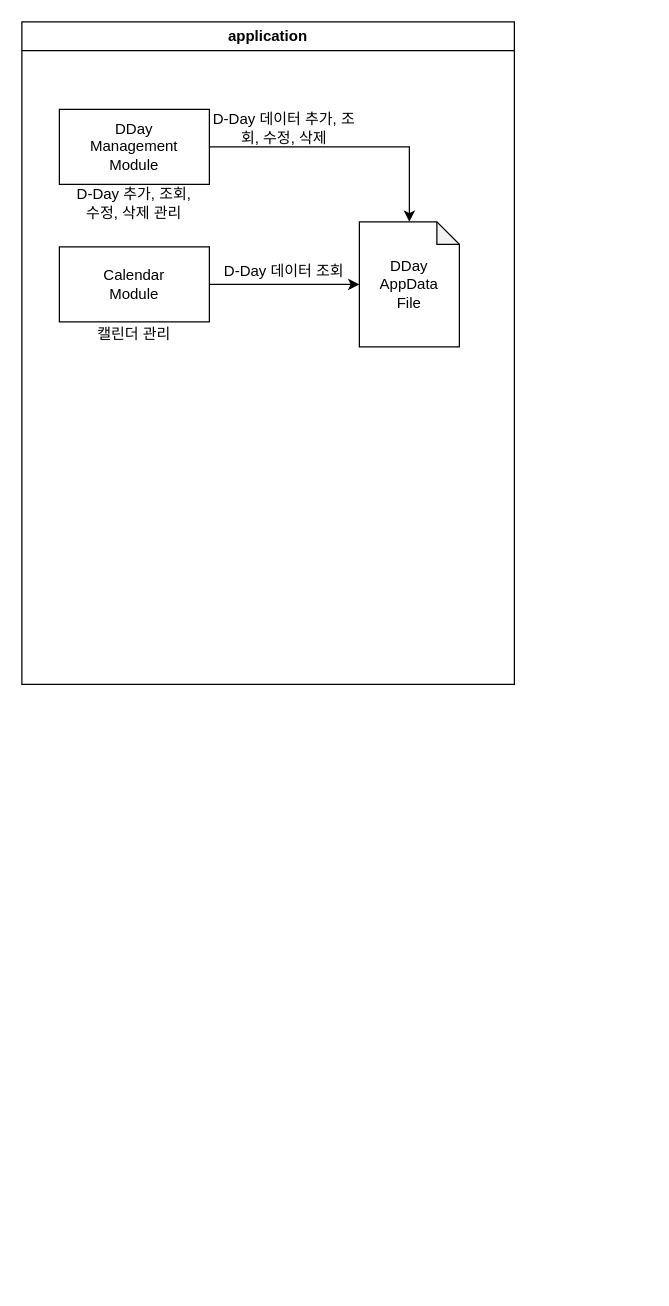
baechuTree/softwareEngineering keeps this draw.io diagram as sw architecture.drawio. Above is the earlier version. Source tidied: cells renumbered, new cells numbered last; positions are measured from the earlier drawing's top-left corner, leaving out a move shared by most shapes. Both pictures are drawn from the tidied source at 125%, with x=0, y=0 at pixel (21, 21).
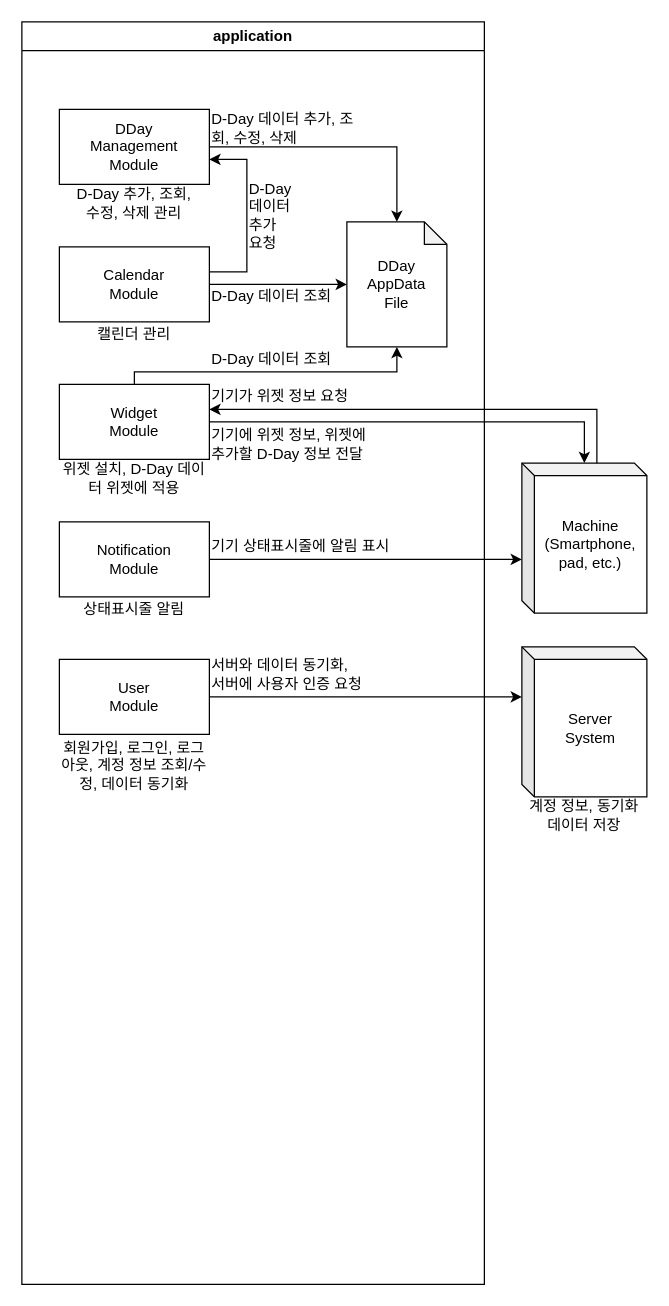
The same diagram, later.

Unchanged cells that the change refers to:
```xml
<mxCell id="4" value="DDay&lt;div&gt;Management&lt;/div&gt;&lt;div&gt;Module&lt;/div&gt;" style="rounded=0;whiteSpace=wrap;html=1;" parent="2" vertex="1">
  <mxGeometry x="30" y="70" width="120" height="60" as="geometry" />
</mxCell>
<mxCell id="7" value="Calendar&lt;div&gt;Module&lt;/div&gt;" style="rounded=0;whiteSpace=wrap;html=1;" parent="2" vertex="1">
  <mxGeometry x="30" y="180" width="120" height="60" as="geometry" />
</mxCell>
```

Change to the diagram source:
```diff
@@
     <mxCell id="2" value="application" style="swimlane;whiteSpace=wrap;html=1;" parent="1" vertex="1">
-      <mxGeometry width="394" height="530" as="geometry" />
+      <mxGeometry width="370" height="1010" as="geometry" />
     </mxCell>
@@
     <mxCell id="5" value="DDay&lt;div&gt;AppData&lt;/div&gt;&lt;div&gt;File&lt;/div&gt;" style="shape=note;whiteSpace=wrap;html=1;backgroundOutline=1;darkOpacity=0.05;size=18;" parent="2" vertex="1">
-      <mxGeometry x="270" y="160" width="80" height="100" as="geometry" />
+      <mxGeometry x="260" y="160" width="80" height="100" as="geometry" />
     </mxCell>
@@
+    <mxCell id="12" style="edgeStyle=orthogonalEdgeStyle;rounded=0;jettySize=auto;html=1;" parent="2" edge="1" source="7" target="4">
+      <mxGeometry relative="1" as="geometry">
+        <Array as="points">
+          <mxPoint x="180" y="200" />
+          <mxPoint x="180" y="110" />
+        </Array>
+      </mxGeometry>
+    </mxCell>
@@
-    <mxCell id="10" value="D-Day 데이터 추가, 조회, 수정, 삭제" style="text;html=1;align=center;verticalAlign=middle;whiteSpace=wrap;rounded=0;" parent="2" vertex="1">
+    <mxCell id="10" value="D-Day 데이터 추가, 조회, 수정, 삭제" style="text;html=1;align=left;verticalAlign=middle;whiteSpace=wrap;rounded=0;" parent="2" vertex="1">
       <mxGeometry x="150" y="70" width="120" height="30" as="geometry" />
     </mxCell>
-    <mxCell id="11" value="D-Day 데이터 조회" style="text;html=1;align=center;verticalAlign=middle;whiteSpace=wrap;rounded=0;" parent="2" vertex="1">
-      <mxGeometry x="150" y="190" width="120" height="20" as="geometry" />
+    <mxCell id="11" value="D-Day 데이터 조회" style="text;html=1;align=left;verticalAlign=middle;whiteSpace=wrap;rounded=0;" parent="2" vertex="1">
+      <mxGeometry x="150" y="210" width="110" height="20" as="geometry" />
     </mxCell>
+    <mxCell id="13" style="edgeStyle=orthogonalEdgeStyle;rounded=0;jettySize=auto;html=1;" parent="2" edge="1" source="14" target="5">
+      <mxGeometry relative="1" as="geometry">
+        <Array as="points">
+          <mxPoint x="90" y="280" />
+          <mxPoint x="300" y="280" />
+        </Array>
+      </mxGeometry>
+    </mxCell>
+    <mxCell id="14" value="Widget&lt;div&gt;Module&lt;/div&gt;" style="rounded=0;whiteSpace=wrap;html=1;" parent="2" vertex="1">
+      <mxGeometry x="30" y="290" width="120" height="60" as="geometry" />
+    </mxCell>
+    <mxCell id="15" value="위젯 설치, D-Day 데이터 위젯에 적용" style="text;html=1;align=center;verticalAlign=middle;whiteSpace=wrap;rounded=0;" parent="2" vertex="1">
+      <mxGeometry x="30" y="350" width="120" height="30" as="geometry" />
+    </mxCell>
+    <mxCell id="16" value="기기 상태표시줄에 알림 표시" style="text;html=1;align=left;verticalAlign=middle;whiteSpace=wrap;rounded=0;" parent="2" vertex="1">
+      <mxGeometry x="150" y="410" width="150" height="20" as="geometry" />
+    </mxCell>
+    <mxCell id="17" value="Notification&lt;div&gt;Module&lt;/div&gt;" style="rounded=0;whiteSpace=wrap;html=1;" parent="2" vertex="1">
+      <mxGeometry x="30" y="400" width="120" height="60" as="geometry" />
+    </mxCell>
+    <mxCell id="18" value="상태표시줄 알림" style="text;html=1;align=center;verticalAlign=middle;whiteSpace=wrap;rounded=0;" parent="2" vertex="1">
+      <mxGeometry x="30" y="460" width="120" height="20" as="geometry" />
+    </mxCell>
+    <mxCell id="19" value="기기가 위젯 정보 요청" style="text;html=1;align=left;verticalAlign=middle;whiteSpace=wrap;rounded=0;" parent="2" vertex="1">
+      <mxGeometry x="150" y="290" width="120" height="20" as="geometry" />
+    </mxCell>
+    <mxCell id="20" value="D-Day&lt;div&gt;데이터&lt;/div&gt;&lt;div&gt;추가&lt;/div&gt;&lt;div&gt;요청&lt;/div&gt;" style="text;html=1;align=left;verticalAlign=middle;whiteSpace=wrap;rounded=0;" parent="2" vertex="1">
+      <mxGeometry x="180" y="120" width="50" height="70" as="geometry" />
+    </mxCell>
+    <mxCell id="21" value="D-Day 데이터 조회" style="text;html=1;align=left;verticalAlign=middle;whiteSpace=wrap;rounded=0;" parent="2" vertex="1">
+      <mxGeometry x="150" y="260" width="120" height="20" as="geometry" />
+    </mxCell>
+    <mxCell id="22" value="User&lt;div&gt;Module&lt;/div&gt;" style="rounded=0;whiteSpace=wrap;html=1;" parent="2" vertex="1">
+      <mxGeometry x="30" y="510" width="120" height="60" as="geometry" />
+    </mxCell>
+    <mxCell id="23" value="회원가입, 로그인, 로그아웃, 계정 정보 조회/수정, 데이터 동기화" style="text;html=1;align=center;verticalAlign=middle;whiteSpace=wrap;rounded=0;" parent="2" vertex="1">
+      <mxGeometry x="30" y="570" width="120" height="50" as="geometry" />
+    </mxCell>
+    <mxCell id="24" value="Machine&lt;div&gt;(Smartphone, pad, etc.)&lt;/div&gt;" style="shape=cube;whiteSpace=wrap;html=1;boundedLbl=1;backgroundOutline=1;darkOpacity=0.05;darkOpacity2=0.1;size=10;" parent="1" vertex="1">
+      <mxGeometry x="400" y="353" width="100" height="120" as="geometry" />
+    </mxCell>
+    <mxCell id="25" style="edgeStyle=orthogonalEdgeStyle;rounded=0;jettySize=auto;html=1;" parent="1" edge="1" source="17" target="24">
+      <mxGeometry relative="1" as="geometry">
+        <Array as="points">
+          <mxPoint x="260" y="430" />
+          <mxPoint x="260" y="430" />
+        </Array>
+      </mxGeometry>
+    </mxCell>
+    <mxCell id="26" style="edgeStyle=orthogonalEdgeStyle;rounded=0;jettySize=auto;html=1;startArrow=classic;startFill=1;endArrow=none;" parent="1" edge="1" source="14" target="24">
+      <mxGeometry relative="1" as="geometry">
+        <Array as="points">
+          <mxPoint x="460" y="310" />
+        </Array>
+      </mxGeometry>
+    </mxCell>
+    <mxCell id="27" style="edgeStyle=orthogonalEdgeStyle;rounded=0;jettySize=auto;html=1;" parent="1" edge="1" source="14" target="24">
+      <mxGeometry relative="1" as="geometry" />
+    </mxCell>
+    <mxCell id="28" value="기기에 위젯 정보, 위젯에 추가할 D-Day 정보 전달" style="text;html=1;align=left;verticalAlign=middle;whiteSpace=wrap;rounded=0;" parent="1" vertex="1">
+      <mxGeometry x="150" y="323" width="140" height="30" as="geometry" />
+    </mxCell>
+    <mxCell id="29" value="Server&lt;div&gt;System&lt;/div&gt;" style="shape=cube;whiteSpace=wrap;html=1;boundedLbl=1;backgroundOutline=1;darkOpacity=0.05;darkOpacity2=0.1;size=10;" parent="1" vertex="1">
+      <mxGeometry x="400" y="500" width="100" height="120" as="geometry" />
+    </mxCell>
+    <mxCell id="30" value="계정 정보, 동기화 데이터 저장" style="text;html=1;align=center;verticalAlign=middle;whiteSpace=wrap;rounded=0;" parent="1" vertex="1">
+      <mxGeometry x="400" y="620" width="100" height="30" as="geometry" />
+    </mxCell>
+    <mxCell id="31" style="edgeStyle=orthogonalEdgeStyle;rounded=0;jettySize=auto;html=1;" parent="1" edge="1" source="22" target="29">
+      <mxGeometry relative="1" as="geometry">
+        <Array as="points">
+          <mxPoint x="340" y="540" />
+          <mxPoint x="340" y="540" />
+        </Array>
+      </mxGeometry>
+    </mxCell>
+    <mxCell id="32" value="서버와 데이터 동기화,&lt;div&gt;서버에 사용자 인증 요청&lt;/div&gt;" style="text;html=1;align=left;verticalAlign=middle;whiteSpace=wrap;rounded=0;" parent="1" vertex="1">
+      <mxGeometry x="150" y="507" width="180" height="30" as="geometry" />
+    </mxCell>
```
